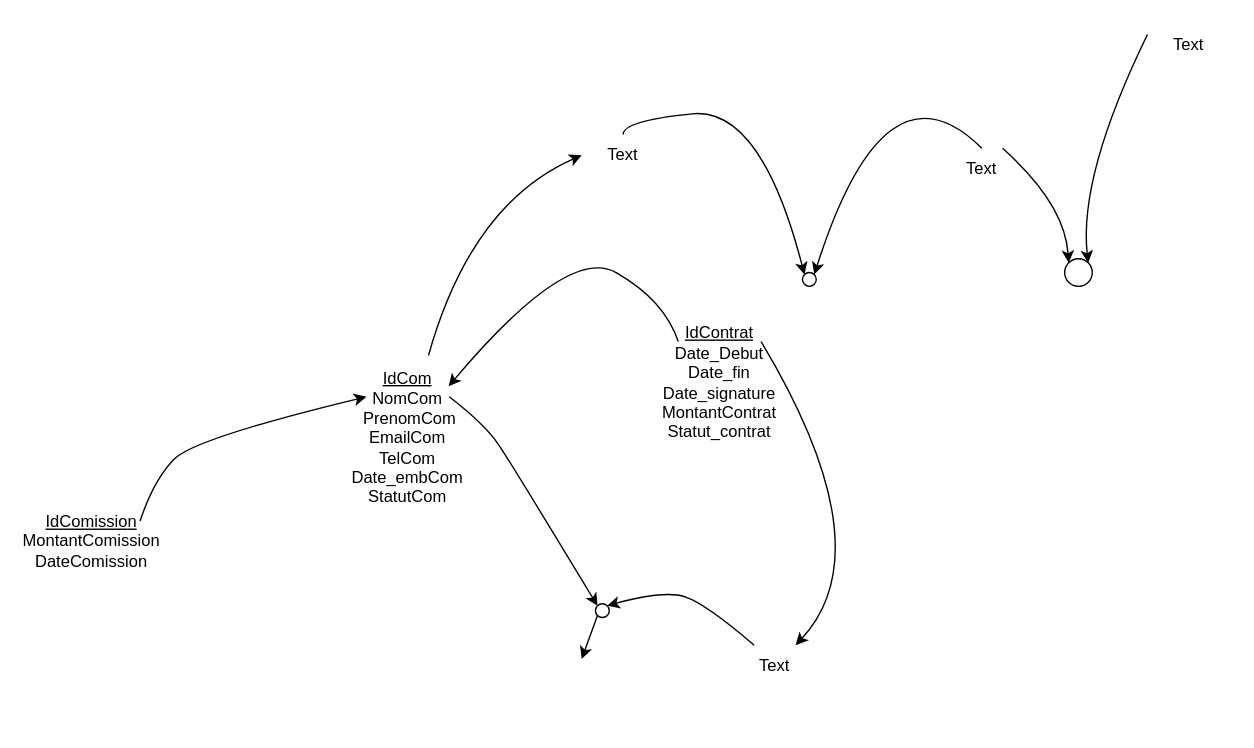
Above: sat phineas.drawio in Kouakou-Christ-Axel/portfolio (draw.io), before the change. Source tidied: cells renumbered, new cells numbered last; positions are measured from the earlier drawing's top-left corner, leaving out a move shared by most shapes. Both pictures are drawn from the tidied source at 138%, with x=0, y=0 at pixel (43, 23).
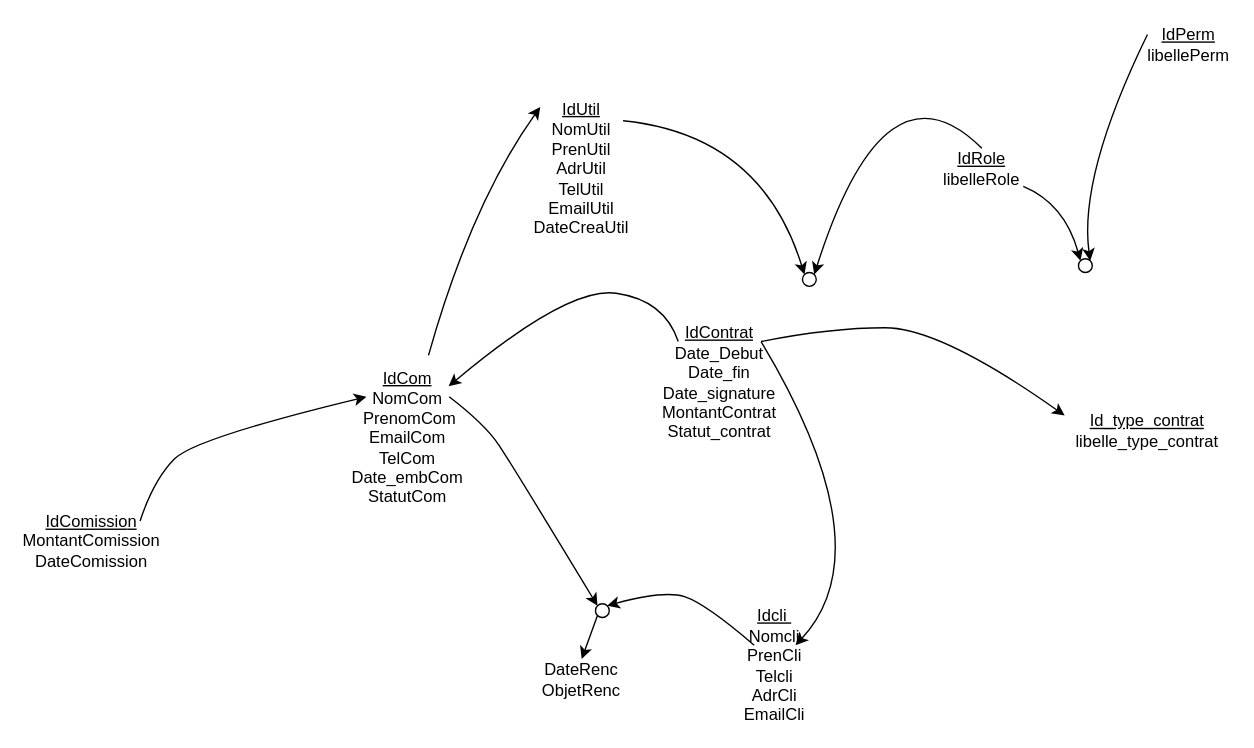
After the change.

Commit message (it also covers changes not shown here):
Mettre à jour sat phineas.drawio

Unchanged cells that the change refers to:
```xml
<mxCell id="3" value="&lt;u&gt;IdCom&lt;/u&gt;&lt;div&gt;NomCom&lt;/div&gt;&lt;div&gt;&amp;nbsp;PrenomCom&lt;/div&gt;&lt;div&gt;EmailCom&lt;/div&gt;&lt;div&gt;TelCom&lt;/div&gt;&lt;div&gt;Date_embCom&lt;/div&gt;&lt;div&gt;StatutCom&lt;/div&gt;" style="text;html=1;align=center;verticalAlign=middle;whiteSpace=wrap;rounded=0;" parent="1" vertex="1">
  <mxGeometry x="234" y="240" width="60" height="120" as="geometry" />
</mxCell>
<mxCell id="4" value="&lt;u&gt;IdContrat&lt;/u&gt;&lt;div&gt;Date_Debut&lt;/div&gt;&lt;div&gt;Date_fin&lt;/div&gt;&lt;div&gt;Date_signature&lt;/div&gt;&lt;div&gt;MontantContrat&lt;/div&gt;&lt;div&gt;Statut_contrat&lt;/div&gt;" style="text;html=1;align=center;verticalAlign=middle;whiteSpace=wrap;rounded=0;" parent="1" vertex="1">
  <mxGeometry x="460" y="200" width="60" height="120" as="geometry" />
</mxCell>
<mxCell id="9" style="ellipse;whiteSpace=wrap;html=1;" parent="1" vertex="1">
  <mxGeometry x="550" y="180" width="10" height="10" as="geometry" />
</mxCell>
```

Diff of the diagram source:
```diff
@@
-    <mxCell id="5" value="Text" style="text;html=1;align=center;verticalAlign=middle;whiteSpace=wrap;rounded=0;" parent="1" vertex="1">
+    <mxCell id="5" value="&lt;u&gt;Idcli&amp;nbsp;&lt;/u&gt;&lt;div&gt;Nomcli&lt;/div&gt;&lt;div&gt;PrenCli&lt;/div&gt;&lt;div&gt;Telcli&lt;/div&gt;&lt;div&gt;AdrCli&lt;/div&gt;&lt;div&gt;EmailCli&lt;/div&gt;" style="text;html=1;align=center;verticalAlign=middle;whiteSpace=wrap;rounded=0;" parent="1" vertex="1">
       <mxGeometry x="500" y="450" width="60" height="30" as="geometry" />
     </mxCell>
@@
-    <mxCell id="8" value="Text" style="text;html=1;align=center;verticalAlign=middle;whiteSpace=wrap;rounded=0;" parent="1" vertex="1">
-      <mxGeometry x="390" y="80" width="60" height="30" as="geometry" />
+    <mxCell id="8" value="&lt;u&gt;IdUtil&lt;/u&gt;&lt;div&gt;NomUtil&lt;/div&gt;&lt;div&gt;PrenUtil&lt;/div&gt;&lt;div&gt;AdrUtil&lt;/div&gt;&lt;div&gt;TelUtil&lt;/div&gt;&lt;div&gt;EmailUtil&lt;/div&gt;&lt;div&gt;DateCreaUtil&lt;/div&gt;" style="text;html=1;align=center;verticalAlign=middle;whiteSpace=wrap;rounded=0;" parent="1" vertex="1">
+      <mxGeometry x="360" y="60" width="60" height="90" as="geometry" />
     </mxCell>
@@
-    <mxCell id="10" value="Text" style="text;html=1;align=center;verticalAlign=middle;whiteSpace=wrap;rounded=0;" parent="1" vertex="1">
+    <mxCell id="10" value="&lt;u&gt;IdRole&lt;/u&gt;&lt;div&gt;libelleRole&lt;/div&gt;" style="text;html=1;align=center;verticalAlign=middle;whiteSpace=wrap;rounded=0;" parent="1" vertex="1">
       <mxGeometry x="650" y="90" width="60" height="30" as="geometry" />
     </mxCell>
-    <mxCell id="11" value="Text" style="text;html=1;align=center;verticalAlign=middle;whiteSpace=wrap;rounded=0;" parent="1" vertex="1">
+    <mxCell id="11" value="&lt;u&gt;IdPerm&lt;/u&gt;&lt;div&gt;libellePerm&lt;/div&gt;" style="text;html=1;align=center;verticalAlign=middle;whiteSpace=wrap;rounded=0;" parent="1" vertex="1">
       <mxGeometry x="800" width="60" height="30" as="geometry" />
     </mxCell>
@@
-    <mxCell id="13" style="curved=1;endArrow=classic;html=1;rounded=0;exitX=0.75;exitY=0;exitDx=0;exitDy=0;entryX=0;entryY=0.5;entryDx=0;entryDy=0;" parent="1" edge="1" source="3" target="8">
+    <mxCell id="13" style="curved=1;endArrow=classic;html=1;rounded=0;exitX=0.75;exitY=0;exitDx=0;exitDy=0;entryX=0;entryY=0;entryDx=0;entryDy=0;" parent="1" edge="1" source="3" target="8">
       <mxGeometry relative="1" as="geometry">
         <Array as="points">
           <mxPoint x="310" y="130" />
         </Array>
       </mxGeometry>
     </mxCell>
     <mxCell id="14" style="curved=1;endArrow=classic;html=1;rounded=0;entryX=0;entryY=0;entryDx=0;entryDy=0;" parent="1" edge="1" source="8" target="9">
       <mxGeometry relative="1" as="geometry">
         <Array as="points">
           <mxPoint x="420" y="70" />
-          <mxPoint x="520" y="60" />
+          <mxPoint x="520" y="80" />
         </Array>
       </mxGeometry>
     </mxCell>
     <mxCell id="15" style="curved=1;endArrow=classic;html=1;rounded=0;exitX=0;exitY=0.25;exitDx=0;exitDy=0;entryX=0.993;entryY=0.187;entryDx=0;entryDy=0;entryPerimeter=0;" parent="1" edge="1" source="4" target="3">
       <mxGeometry relative="1" as="geometry">
         <Array as="points">
           <mxPoint x="450" y="200" />
-          <mxPoint x="380" y="160" />
+          <mxPoint x="380" y="190" />
         </Array>
       </mxGeometry>
     </mxCell>
@@
     <mxCell id="19" style="ellipse;whiteSpace=wrap;html=1;" parent="1" vertex="1">
-      <mxGeometry x="740" y="170" width="20" height="20" as="geometry" />
+      <mxGeometry x="750" y="170" width="10" height="10" as="geometry" />
     </mxCell>
-    <mxCell id="20" style="curved=1;endArrow=classic;html=1;rounded=0;exitX=0.75;exitY=0;exitDx=0;exitDy=0;entryX=0;entryY=0;entryDx=0;entryDy=0;" parent="1" edge="1" source="10" target="19">
+    <mxCell id="20" style="curved=1;endArrow=classic;html=1;rounded=0;entryX=0;entryY=0;entryDx=0;entryDy=0;" parent="1" edge="1" source="10" target="19">
       <mxGeometry relative="1" as="geometry">
         <Array as="points">
           <mxPoint x="740" y="130" />
         </Array>
       </mxGeometry>
     </mxCell>
@@
+    <mxCell id="23" style="curved=1;endArrow=classic;html=1;rounded=0;entryX=-0.1;entryY=0.12;entryDx=0;entryDy=0;entryPerimeter=0;" parent="1" edge="1" target="24">
+      <mxGeometry relative="1" as="geometry">
+        <mxPoint x="520" y="230" as="sourcePoint" />
+        <Array as="points">
+          <mxPoint x="570" y="220" />
+          <mxPoint x="650" y="220" />
+        </Array>
+      </mxGeometry>
+    </mxCell>
+    <mxCell id="24" value="&lt;u&gt;Id_type_contrat&lt;/u&gt;&lt;div&gt;libelle_type_contrat&lt;/div&gt;" style="text;html=1;align=center;verticalAlign=middle;whiteSpace=wrap;rounded=0;" parent="1" vertex="1">
+      <mxGeometry x="750" y="280" width="100" height="30" as="geometry" />
+    </mxCell>
+    <mxCell id="25" style="edgeStyle=orthogonalEdgeStyle;rounded=0;orthogonalLoop=1;jettySize=auto;html=1;exitX=0.5;exitY=1;exitDx=0;exitDy=0;" parent="1" edge="1" source="8" target="8">
+      <mxGeometry relative="1" as="geometry" />
+    </mxCell>
+    <mxCell id="26" value="DateRenc&lt;div&gt;ObjetRenc&lt;/div&gt;" style="text;html=1;align=center;verticalAlign=middle;whiteSpace=wrap;rounded=0;" parent="1" vertex="1">
+      <mxGeometry x="360" y="460" width="60" height="30" as="geometry" />
+    </mxCell>
```
